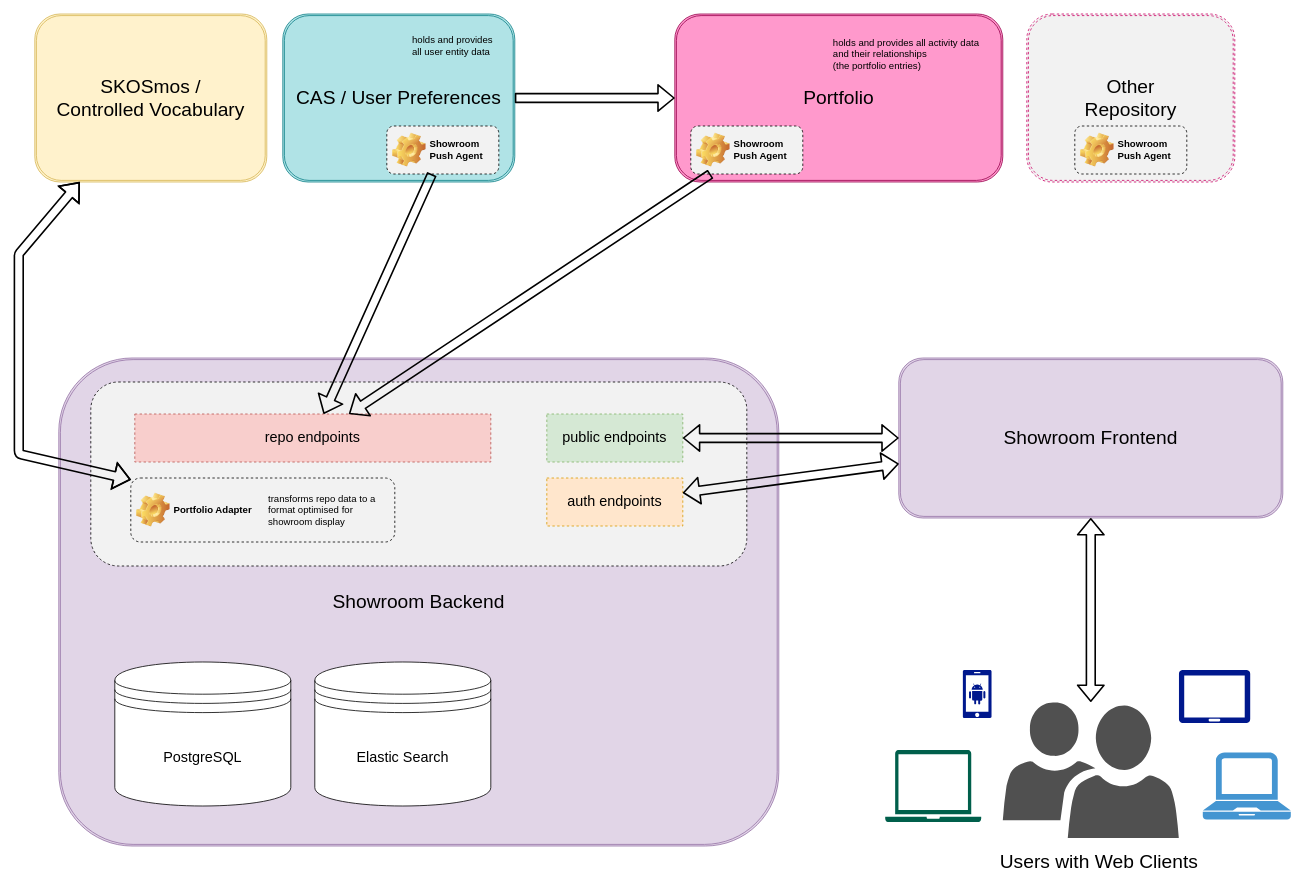
The draw.io diagram docs/source/showroom-backend-architecture.drawio in base-angewandte/showroom-backend, before the edit. Source tidied: cells renumbered, new cells numbered last; positions are measured from the earlier drawing's top-left corner, leaving out a move shared by most shapes. Both pictures are drawn from the tidied source at 80%, with x=0, y=0 at pixel (18, 14).
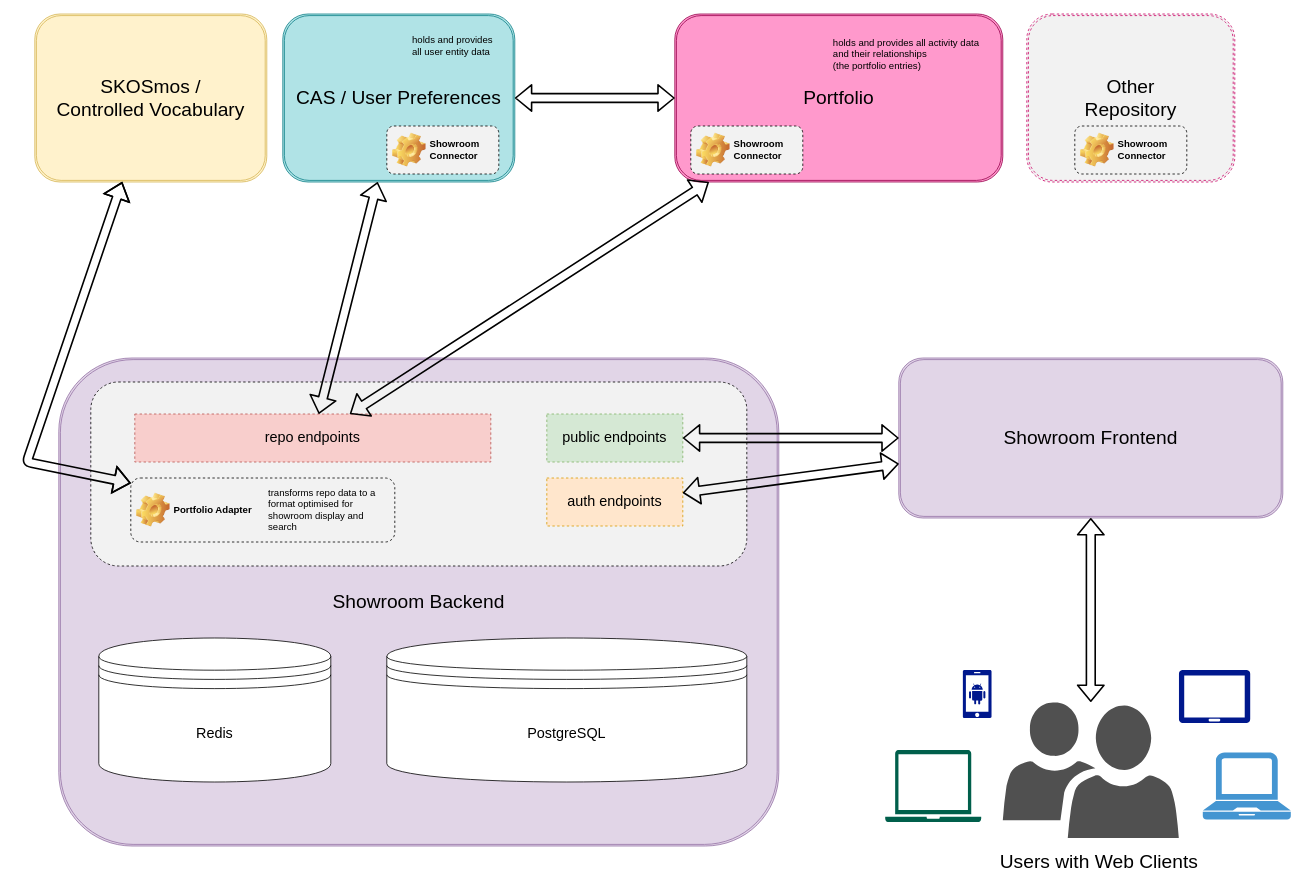
The same page after the edit.

Unchanged cells that the change refers to:
```xml
<mxCell id="2" value="&lt;font style=&quot;font-size: 24px&quot;&gt;Portfolio&lt;/font&gt;" style="shape=ext;double=1;rounded=1;whiteSpace=wrap;html=1;fillColor=#FF99CC;strokeColor=#99004D;" parent="1" vertex="1">
  <mxGeometry x="820" width="410" height="210" as="geometry" />
</mxCell>
<mxCell id="6" value="&lt;font style=&quot;font-size: 24px&quot;&gt;CAS / User Preferences&lt;/font&gt;" style="shape=ext;double=1;rounded=1;whiteSpace=wrap;html=1;fillColor=#b0e3e6;strokeColor=#0e8088;" parent="1" vertex="1">
  <mxGeometry x="330" width="290" height="210" as="geometry" />
</mxCell>
<mxCell id="15" value="&lt;font style=&quot;font-size: 18px&quot;&gt;repo endpoints&lt;/font&gt;" style="rounded=0;whiteSpace=wrap;html=1;dashed=1;fillColor=#f8cecc;strokeColor=#b85450;" parent="1" vertex="1">
  <mxGeometry x="145" y="500" width="445" height="60" as="geometry" />
</mxCell>
<mxCell id="25" value="Portfolio Adapter" style="label;whiteSpace=wrap;html=1;image=img/clipart/Gear_128x128.png;dashed=1;fillColor=#F2F2F2;" parent="1" vertex="1">
  <mxGeometry x="140" y="580" width="330" height="80" as="geometry" />
</mxCell>
<mxCell id="30" value="&lt;font style=&quot;font-size: 24px&quot;&gt;SKOSmos /&lt;br&gt;Controlled Vocabulary&lt;br&gt;&lt;/font&gt;" style="shape=ext;double=1;rounded=1;whiteSpace=wrap;html=1;fillColor=#fff2cc;strokeColor=#d6b656;" parent="1" vertex="1">
  <mxGeometry x="20" width="290" height="210" as="geometry" />
</mxCell>
```

What changed in the source:
```diff
@@
     <mxCell id="7" value="&lt;font style=&quot;font-size: 18px&quot;&gt;PostgreSQL&lt;/font&gt;" style="shape=datastore;whiteSpace=wrap;html=1;" parent="1" vertex="1">
-      <mxGeometry x="120" y="810" width="220" height="180" as="geometry" />
+      <mxGeometry x="460" y="780" width="450" height="180" as="geometry" />
     </mxCell>
-    <mxCell id="8" value="&lt;font style=&quot;font-size: 18px&quot;&gt;Elastic Search&lt;/font&gt;" style="shape=datastore;whiteSpace=wrap;html=1;" parent="1" vertex="1">
-      <mxGeometry x="370" y="810" width="220" height="180" as="geometry" />
-    </mxCell>
-    <mxCell id="9" value="Showroom Push Agent" style="label;whiteSpace=wrap;html=1;image=img/clipart/Gear_128x128.png;dashed=1;fillColor=#F2F2F2;" parent="1" vertex="1">
+    <mxCell id="9" value="Showroom&lt;br&gt;Connector" style="label;whiteSpace=wrap;html=1;image=img/clipart/Gear_128x128.png;dashed=1;fillColor=#F2F2F2;" parent="1" vertex="1">
       <mxGeometry x="840" y="140" width="140" height="60" as="geometry" />
     </mxCell>
-    <mxCell id="10" value="Showroom Push Agent" style="label;whiteSpace=wrap;html=1;image=img/clipart/Gear_128x128.png;dashed=1;fillColor=#F2F2F2;" parent="1" vertex="1">
+    <mxCell id="10" value="Showroom Connector" style="label;whiteSpace=wrap;html=1;image=img/clipart/Gear_128x128.png;dashed=1;fillColor=#F2F2F2;" parent="1" vertex="1">
       <mxGeometry x="460" y="140" width="140" height="60" as="geometry" />
     </mxCell>
-    <mxCell id="11" value="Showroom Push Agent" style="label;whiteSpace=wrap;html=1;image=img/clipart/Gear_128x128.png;dashed=1;fillColor=#F2F2F2;" parent="1" vertex="1">
+    <mxCell id="11" value="Showroom&lt;br&gt;Connector" style="label;whiteSpace=wrap;html=1;image=img/clipart/Gear_128x128.png;dashed=1;fillColor=#F2F2F2;" parent="1" vertex="1">
       <mxGeometry x="1320" y="140" width="140" height="60" as="geometry" />
     </mxCell>
@@
-    <mxCell id="22" style="shape=flexArrow;endArrow=classic;html=1;strokeWidth=2;" parent="1" edge="1" source="6" target="2">
+    <mxCell id="22" style="shape=flexArrow;endArrow=classic;html=1;strokeWidth=2;startArrow=block;" parent="1" edge="1" source="6" target="2">
       <mxGeometry relative="1" as="geometry" />
     </mxCell>
-    <mxCell id="23" style="shape=flexArrow;endArrow=classic;html=1;strokeWidth=2;" parent="1" edge="1" source="9" target="15">
+    <mxCell id="23" style="shape=flexArrow;endArrow=classic;html=1;strokeWidth=2;startArrow=block;" parent="1" edge="1" source="2" target="15">
       <mxGeometry relative="1" as="geometry" />
     </mxCell>
-    <mxCell id="24" style="shape=flexArrow;endArrow=classic;html=1;strokeWidth=2;" parent="1" edge="1" source="10" target="15">
+    <mxCell id="24" style="shape=flexArrow;endArrow=classic;html=1;strokeWidth=2;anchorPointDirection=1;startArrow=block;startFill=0;" parent="1" edge="1" source="6" target="15">
       <mxGeometry relative="1" as="geometry" />
     </mxCell>
@@
-    <mxCell id="26" value="transforms repo data to a format optimised for showroom display" style="text;html=1;strokeColor=none;fillColor=none;align=left;verticalAlign=middle;whiteSpace=wrap;rounded=0;dashed=1;" parent="1" vertex="1">
-      <mxGeometry x="310" y="595" width="150" height="50" as="geometry" />
+    <mxCell id="26" value="transforms repo data to a format optimised for showroom display and search" style="text;html=1;strokeColor=none;fillColor=none;align=left;verticalAlign=middle;whiteSpace=wrap;rounded=0;dashed=1;" parent="1" vertex="1">
+      <mxGeometry x="310" y="585" width="150" height="70" as="geometry" />
     </mxCell>
@@
-    <mxCell id="31" style="shape=flexArrow;endArrow=classic;startArrow=classic;html=1;strokeWidth=2;" parent="1" edge="1" source="25" target="30">
+    <mxCell id="31" style="shape=flexArrow;endArrow=block;startArrow=block;html=1;strokeWidth=2;startFill=0;endFill=0;" parent="1" edge="1" source="25" target="30">
       <mxGeometry relative="1" as="geometry">
         <Array as="points">
-          <mxPoint y="550" />
-          <mxPoint y="300" />
+          <mxPoint x="10" y="560" />
         </Array>
       </mxGeometry>
     </mxCell>
@@
+    <mxCell id="34" value="&lt;font style=&quot;font-size: 18px&quot;&gt;Redis&lt;/font&gt;" style="shape=datastore;whiteSpace=wrap;html=1;" parent="1" vertex="1">
+      <mxGeometry x="100" y="780" width="290" height="180" as="geometry" />
+    </mxCell>
```
